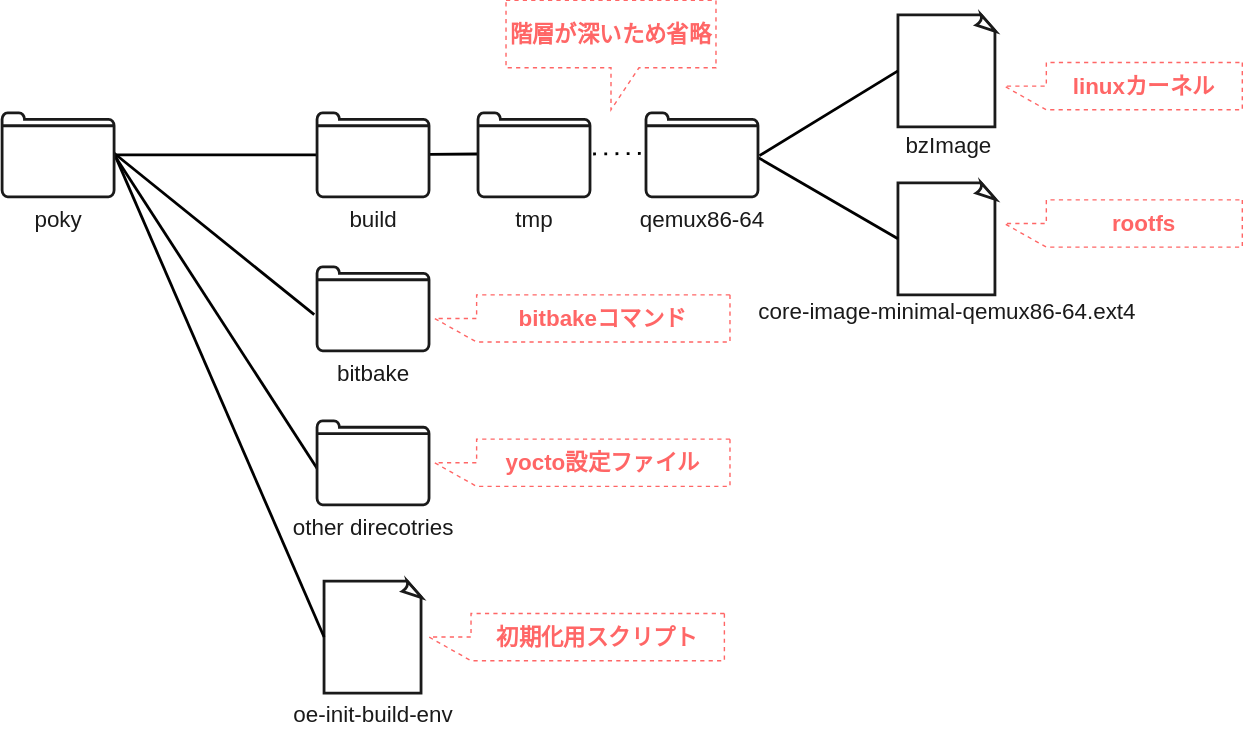
Before: manual/docs/level-1/images/poky_directory.drawio.svg, a diagram exported from draw.io (AngryMane/yocto-learning). Source tidied: cells renumbered, new cells last; positions are measured from the earlier drawing's top-left corner, leaving out a move shared by most shapes.
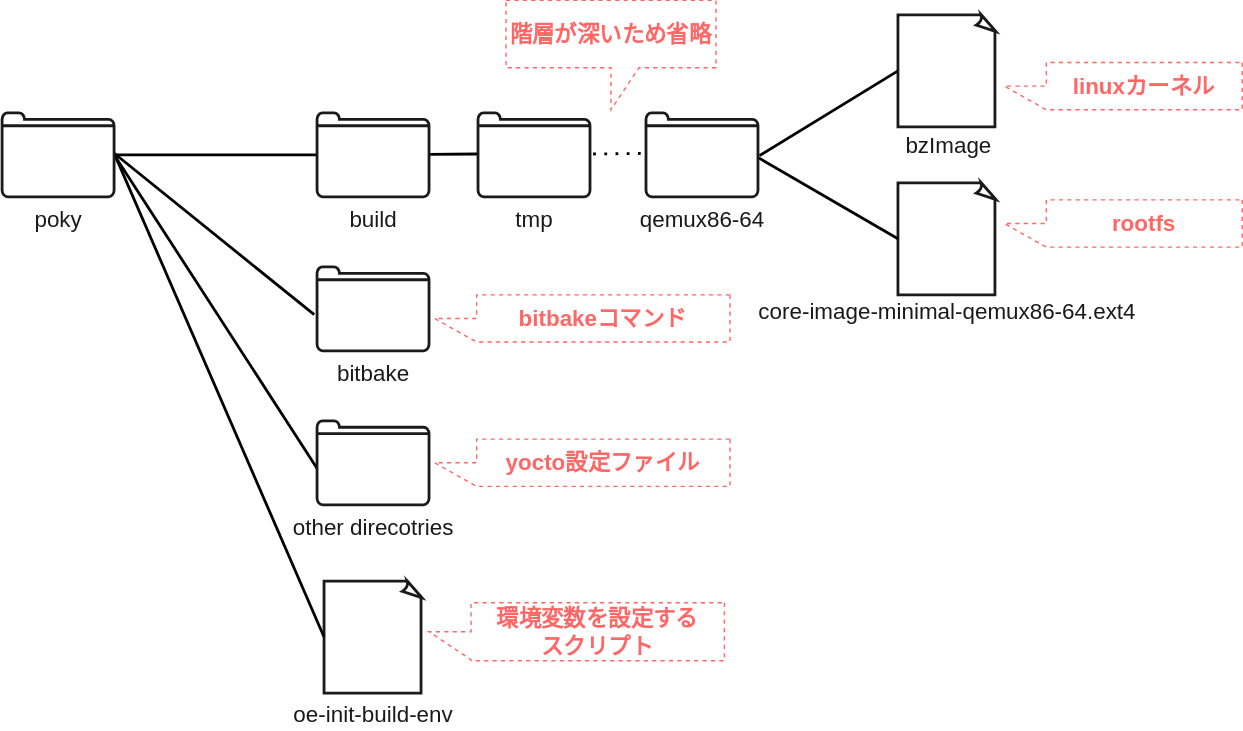
After the change.

What changed in the source:
```diff
@@ -77,8 +77,8 @@
     <mxCell id="26" value="bitbakeコマンド" style="shape=callout;whiteSpace=wrap;html=1;perimeter=calloutPerimeter;dashed=1;strokeWidth=1;fillColor=none;direction=south;strokeColor=#FF6666;fontColor=#FF6666;fontStyle=1;fontSize=16;" parent="1" vertex="1">
       <mxGeometry x="309" y="210" width="211" height="33.8" as="geometry" />
     </mxCell>
-    <mxCell id="27" value="初期化用スクリプト" style="shape=callout;whiteSpace=wrap;html=1;perimeter=calloutPerimeter;dashed=1;strokeWidth=1;fillColor=none;direction=south;strokeColor=#FF6666;fontColor=#FF6666;fontStyle=1;fontSize=16;" parent="1" vertex="1">
-      <mxGeometry x="305" y="437.6" width="211" height="33.8" as="geometry" />
+    <mxCell id="27" value="環境変数を設定する&lt;br&gt;スクリプト" style="shape=callout;whiteSpace=wrap;html=1;perimeter=calloutPerimeter;dashed=1;strokeWidth=1;fillColor=none;direction=south;strokeColor=#FF6666;fontColor=#FF6666;fontStyle=1;fontSize=16;" parent="1" vertex="1">
+      <mxGeometry x="305" y="430" width="211" height="41.4" as="geometry" />
     </mxCell>
   </root>
 </mxGraphModel>
```
